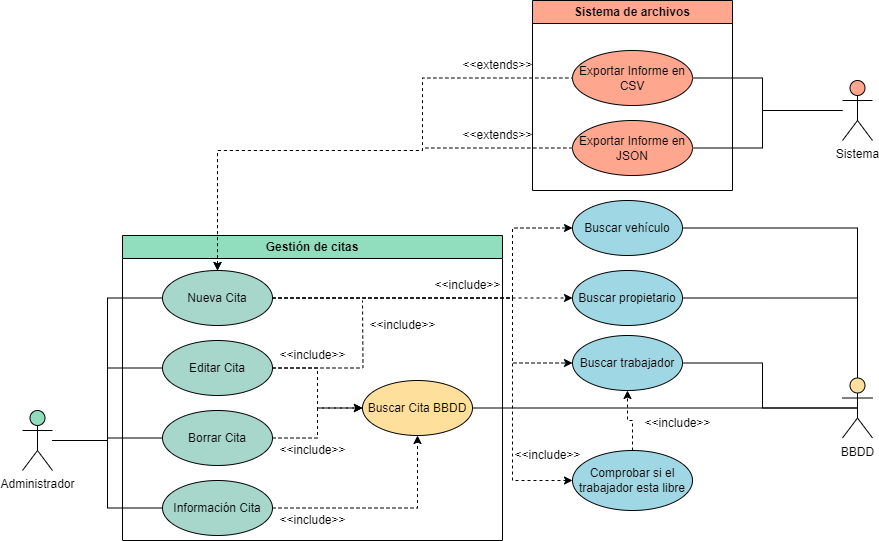
Earlier version of the draw.io export Entornos de desarrollo/CasosDeUsoConcreto/Diagrama_Casos_De_Uso.png (SergioDeIscarValera/ITV_LUIS_VIVES). Source tidied: cells renumbered, new cells last; positions are measured from the earlier drawing's top-left corner, leaving out a move shared by most shapes.
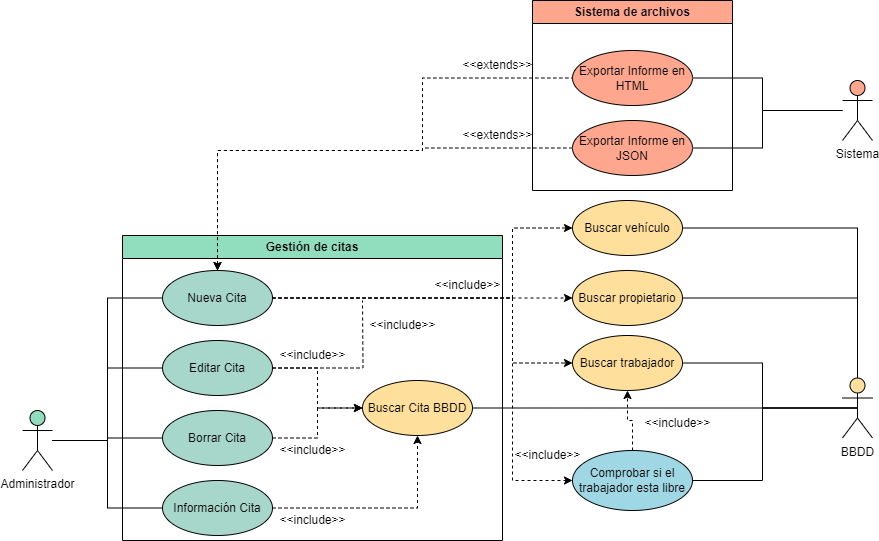
Later version of the same file.

Change to the diagram source:
```diff
@@ -73,13 +73,13 @@
     <mxCell id="24" style="edgeStyle=orthogonalEdgeStyle;rounded=0;jettySize=auto;html=1;entryX=0.5;entryY=0;entryDx=0;entryDy=0;entryPerimeter=0;endArrow=none;endFill=0;" parent="1" edge="1" source="25" target="7">
       <mxGeometry relative="1" as="geometry" />
     </mxCell>
-    <mxCell id="25" value="Buscar vehículo" style="ellipse;whiteSpace=wrap;html=1;fillColor=#9fd8e4;" parent="1" vertex="1">
+    <mxCell id="25" value="Buscar vehículo" style="ellipse;whiteSpace=wrap;html=1;fillColor=#FFDF9C;" parent="1" vertex="1">
       <mxGeometry x="550" y="200" width="110" height="55" as="geometry" />
     </mxCell>
     <mxCell id="26" style="edgeStyle=orthogonalEdgeStyle;rounded=0;jettySize=auto;html=1;entryX=0.5;entryY=0;entryDx=0;entryDy=0;entryPerimeter=0;endArrow=none;endFill=0;" parent="1" edge="1" source="27" target="7">
       <mxGeometry relative="1" as="geometry" />
     </mxCell>
-    <mxCell id="27" value="Buscar propietario" style="ellipse;whiteSpace=wrap;html=1;fillColor=#9fd8e4;" parent="1" vertex="1">
+    <mxCell id="27" value="Buscar propietario" style="ellipse;whiteSpace=wrap;html=1;fillColor=#FFDF9C;" parent="1" vertex="1">
       <mxGeometry x="550" y="270" width="110" height="55" as="geometry" />
     </mxCell>
     <mxCell id="28" style="edgeStyle=orthogonalEdgeStyle;rounded=0;jettySize=auto;html=1;entryX=0.5;entryY=0.5;entryDx=0;entryDy=0;entryPerimeter=0;endArrow=none;endFill=0;" parent="1" edge="1" source="30" target="7">
@@ -93,7 +93,7 @@
         </Array>
       </mxGeometry>
     </mxCell>
-    <mxCell id="30" value="Buscar trabajador" style="ellipse;whiteSpace=wrap;html=1;fillColor=#9fd8e4;" parent="1" vertex="1">
+    <mxCell id="30" value="Buscar trabajador" style="ellipse;whiteSpace=wrap;html=1;fillColor=#FFDF9C;" parent="1" vertex="1">
       <mxGeometry x="550" y="335" width="110" height="55" as="geometry" />
     </mxCell>
     <mxCell id="31" style="edgeStyle=orthogonalEdgeStyle;rounded=0;jettySize=auto;html=1;entryX=0;entryY=0.5;entryDx=0;entryDy=0;dashed=1;" parent="1" edge="1" source="9" target="25">
@@ -138,7 +138,7 @@
         </Array>
       </mxGeometry>
     </mxCell>
-    <mxCell id="38" value="Exportar Informe en CSV" style="ellipse;whiteSpace=wrap;html=1;fillColor=#ffa78e;" parent="1" vertex="1">
+    <mxCell id="38" value="Exportar Informe en HTML" style="ellipse;whiteSpace=wrap;html=1;fillColor=#ffa78e;" parent="1" vertex="1">
       <mxGeometry x="550" y="50" width="120" height="55" as="geometry" />
     </mxCell>
     <mxCell id="39" style="edgeStyle=orthogonalEdgeStyle;rounded=0;jettySize=auto;html=1;entryX=0;entryY=0.5;entryDx=0;entryDy=0;dashed=1;endArrow=none;endFill=0;startArrow=classic;startFill=1;" parent="1" edge="1" source="9" target="35">
@@ -165,6 +165,14 @@
     <mxCell id="42" style="edgeStyle=orthogonalEdgeStyle;rounded=0;jettySize=auto;html=1;entryX=0.5;entryY=1;entryDx=0;entryDy=0;dashed=1;endArrow=classic;endFill=1;" parent="1" edge="1" source="43" target="30">
       <mxGeometry relative="1" as="geometry" />
     </mxCell>
+    <mxCell id="48" style="edgeStyle=orthogonalEdgeStyle;rounded=0;jettySize=auto;html=1;entryX=0.5;entryY=0.5;entryDx=0;entryDy=0;entryPerimeter=0;endArrow=none;endFill=0;" parent="1" edge="1" source="43" target="7">
+      <mxGeometry relative="1" as="geometry">
+        <Array as="points">
+          <mxPoint x="740" y="480" />
+          <mxPoint x="740" y="408" />
+        </Array>
+      </mxGeometry>
+    </mxCell>
     <mxCell id="43" value="Comprobar si el trabajador esta libre" style="ellipse;whiteSpace=wrap;html=1;fillColor=#9fd8e4;" parent="1" vertex="1">
       <mxGeometry x="550" y="450" width="120" height="60" as="geometry" />
     </mxCell>
```
